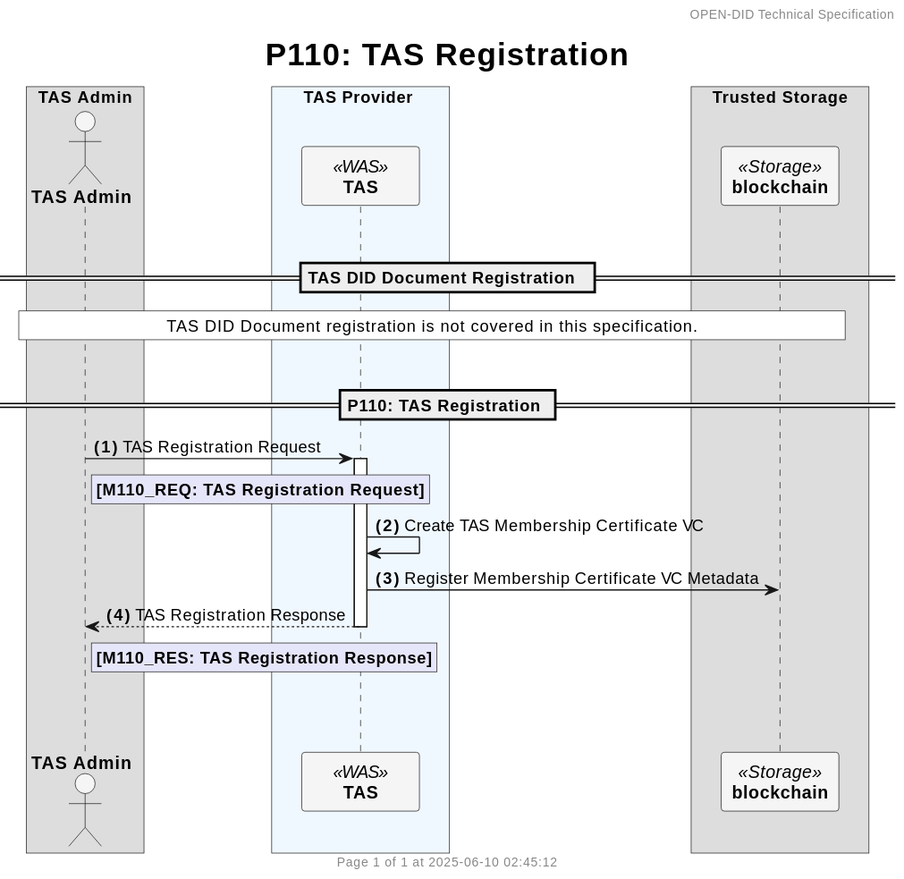
Above: docs/sequence/simple/images/P110_register_tas_simple.svg in OmniOneID/did-doc-architecture (PlantUML), before the change. The source it was exported from:
```plantuml
@startuml
header OPEN-DID Technical Specification
footer
  	Page %page% of %lastpage% at %date("yyyy-MM-dd hh:mm:ss")
end footer

title
	<size:25>P110: TAS Registration</size>
end title

autonumber "<b>(#)</b>"

skinparam ParticipantPadding 20
skinparam BoxPadding 20
skinparam MaxMessageSize 500
skinparam MinClassWidth 80

box TAS Admin
    actor "**TAS Admin**" as ADMIN #WhiteSmoke
end box

box TAS Provider #AliceBlue
    participant "**TAS**" as TAS <<WAS>> #WhiteSmoke
end box


box Trusted Storage
    participant "**blockchain**" as BC <<Storage>> #WhiteSmoke
end box

!$refdoc = "Refer to separate document"


|||

== TAS DID Document Registration  ==
rnote across #white
    TAS DID Document registration is not covered in this specification.
end note

|||

== P110: TAS Registration ==
ADMIN -> TAS++: TAS Registration Request
rnote right of ADMIN #Lavender
    **[M110_REQ: TAS Registration Request]**
end note

TAS -> TAS: Create TAS Membership Certificate VC
TAS -> BC: Register Membership Certificate VC Metadata

TAS --> ADMIN--: TAS Registration Response
rnote right of ADMIN #Lavender
    **[M110_RES: TAS Registration Response]**
end note

|||
|||
@enduml
```
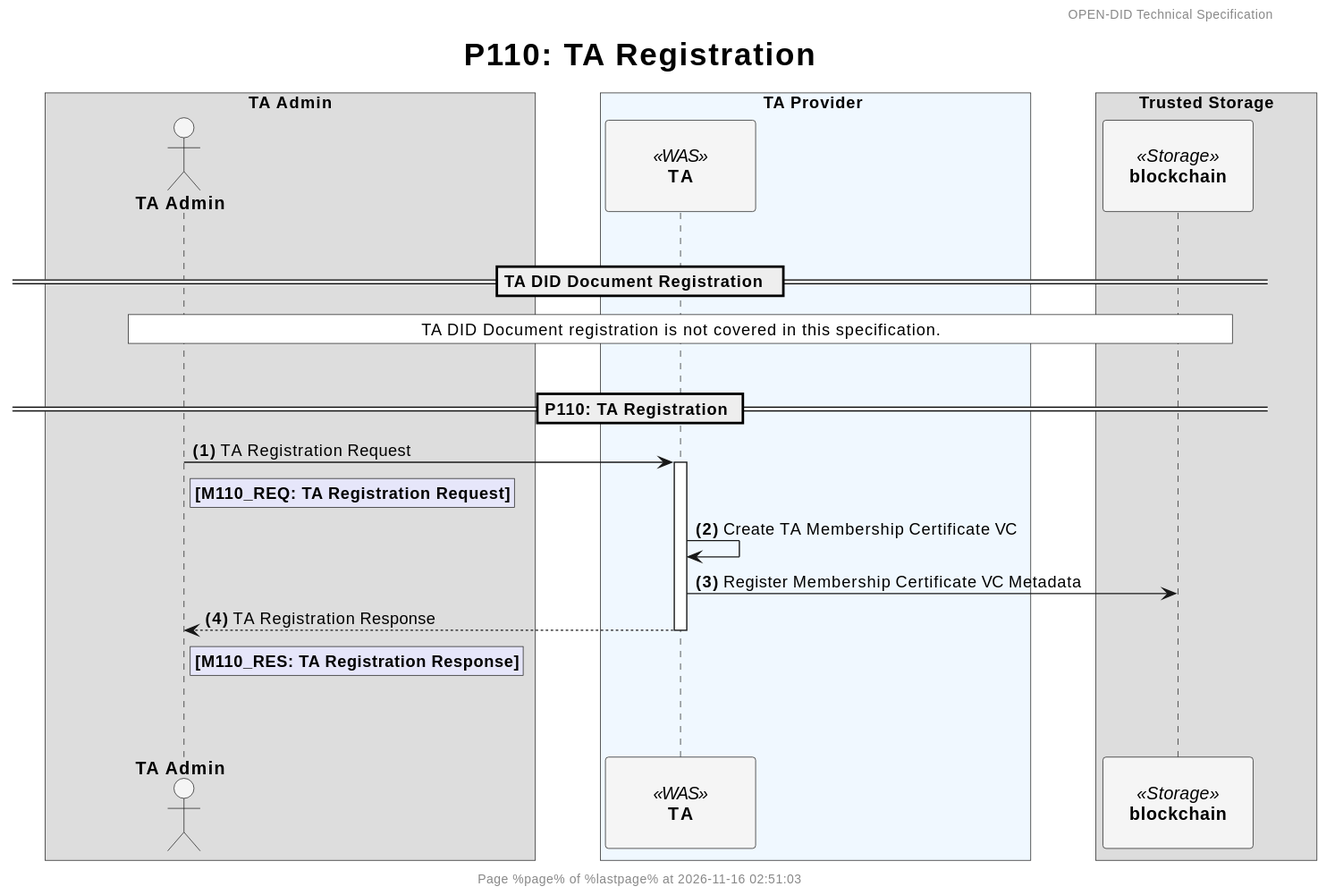
After the change.

The edit, as a diff of the source:
```diff
@@ -5,22 +5,26 @@
 end footer
 
 title
-	<size:25>P110: TAS Registration</size>
+	<size:25>P110: TA Registration</size>
 end title
 
 autonumber "<b>(#)</b>"
 
-skinparam ParticipantPadding 20
+<style>
+participant {
+  Padding 20
+}
+</style>
 skinparam BoxPadding 20
 skinparam MaxMessageSize 500
 skinparam MinClassWidth 80
 
-box TAS Admin
-    actor "**TAS Admin**" as ADMIN #WhiteSmoke
+box TA Admin
+    actor "**TA Admin**" as ADMIN #WhiteSmoke
 end box
 
-box TAS Provider #AliceBlue
-    participant "**TAS**" as TAS <<WAS>> #WhiteSmoke
+box TA Provider #AliceBlue
+    participant "**TA**" as TA <<WAS>> #WhiteSmoke
 end box
 
 
@@ -33,25 +37,25 @@
 
 |||
 
-== TAS DID Document Registration  ==
+== TA DID Document Registration  ==
 rnote across #white
-    TAS DID Document registration is not covered in this specification.
+    TA DID Document registration is not covered in this specification.
 end note
 
 |||
 
-== P110: TAS Registration ==
-ADMIN -> TAS++: TAS Registration Request
+== P110: TA Registration ==
+ADMIN -> TA++: TA Registration Request
 rnote right of ADMIN #Lavender
-    **[M110_REQ: TAS Registration Request]**
+    **[M110_REQ: TA Registration Request]**
 end note
 
-TAS -> TAS: Create TAS Membership Certificate VC
-TAS -> BC: Register Membership Certificate VC Metadata
+TA -> TA: Create TA Membership Certificate VC
+TA -> BC: Register Membership Certificate VC Metadata
 
-TAS --> ADMIN--: TAS Registration Response
+TA --> ADMIN--: TA Registration Response
 rnote right of ADMIN #Lavender
-    **[M110_RES: TAS Registration Response]**
+    **[M110_RES: TA Registration Response]**
 end note
 
 |||
```
